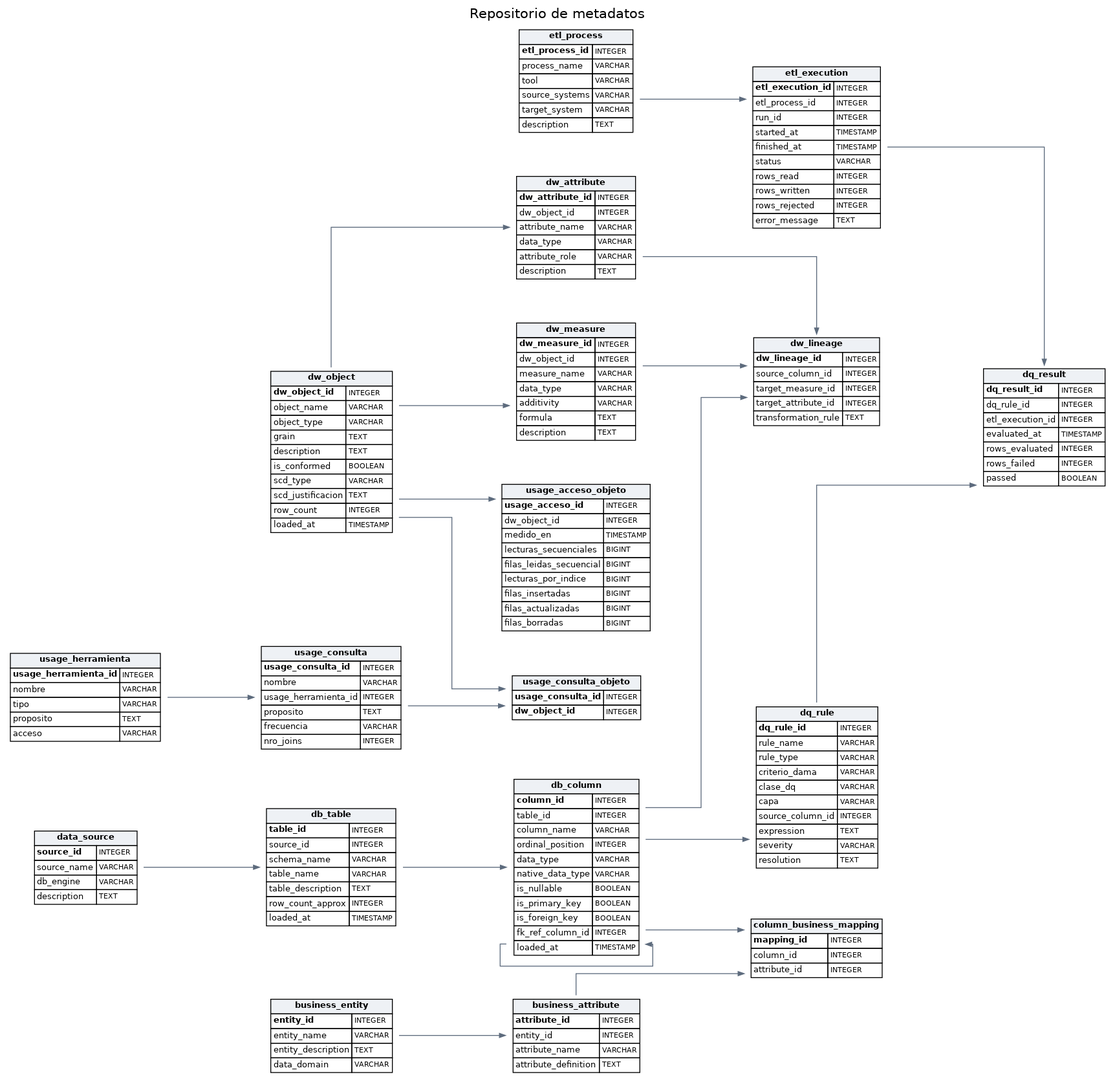
Earlier version of the Graphviz export docs/img/metadata_repository_erd.png (salo368/proyecto-modelos-datos). Its source is kept beside it as docs/img/metadata_repository_erd.dot.
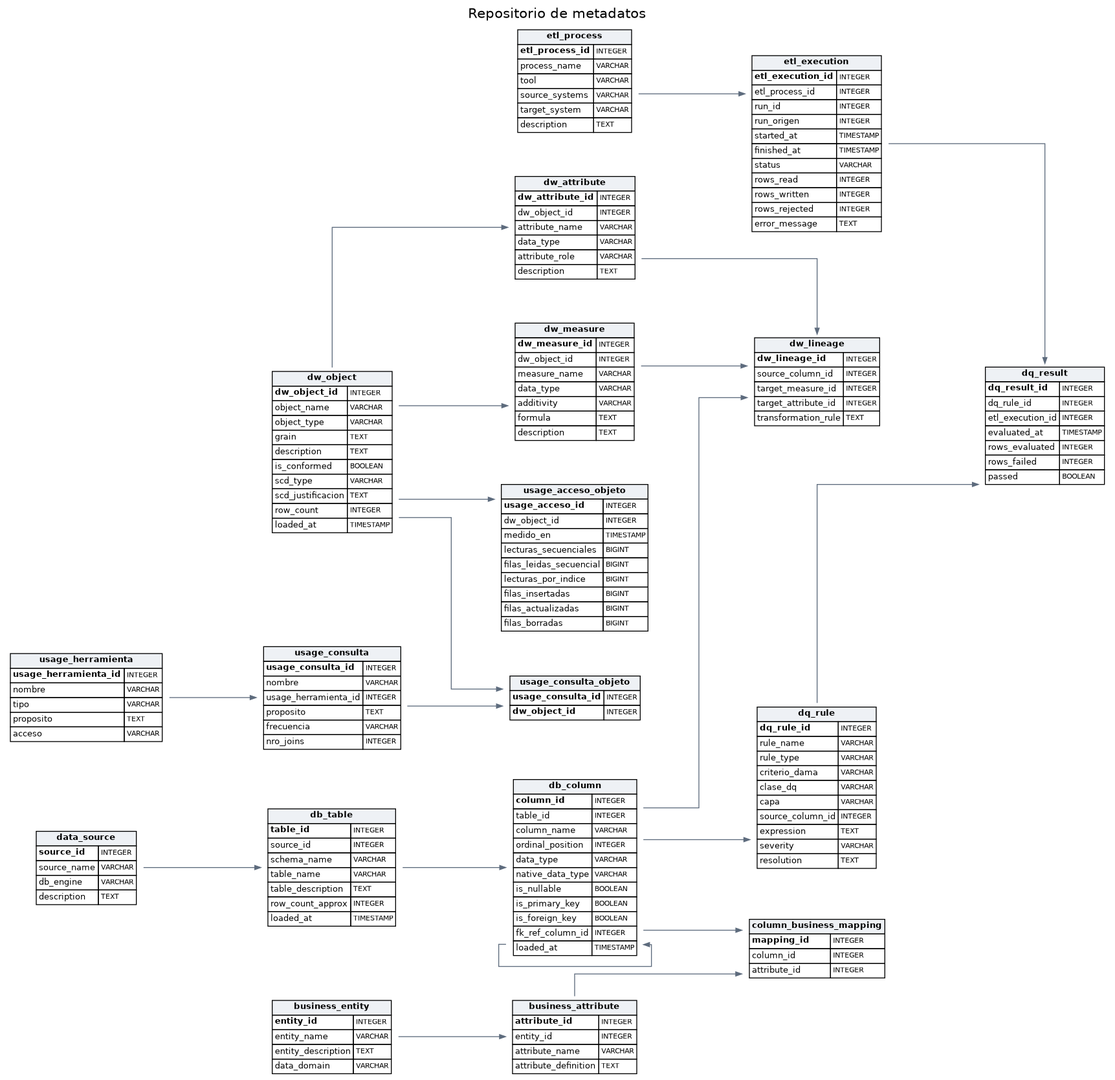
Above is the later version.

What changed in the source:
```diff
@@ -14,7 +14,7 @@
     dw_lineage [label=<<TABLE BORDER="0" CELLBORDER="1" CELLSPACING="0"><TR><TD COLSPAN="2" BGCOLOR="#eef1f5"><B>dw_lineage</B></TD></TR><TR><TD ALIGN="LEFT"><B>dw_lineage_id</B></TD><TD ALIGN="LEFT"><FONT POINT-SIZE="8">INTEGER</FONT></TD></TR><TR><TD ALIGN="LEFT">source_column_id</TD><TD ALIGN="LEFT"><FONT POINT-SIZE="8">INTEGER</FONT></TD></TR><TR><TD ALIGN="LEFT">target_measure_id</TD><TD ALIGN="LEFT"><FONT POINT-SIZE="8">INTEGER</FONT></TD></TR><TR><TD ALIGN="LEFT">target_attribute_id</TD><TD ALIGN="LEFT"><FONT POINT-SIZE="8">INTEGER</FONT></TD></TR><TR><TD ALIGN="LEFT">transformation_rule</TD><TD ALIGN="LEFT"><FONT POINT-SIZE="8">TEXT</FONT></TD></TR></TABLE>>];
     dw_measure [label=<<TABLE BORDER="0" CELLBORDER="1" CELLSPACING="0"><TR><TD COLSPAN="2" BGCOLOR="#eef1f5"><B>dw_measure</B></TD></TR><TR><TD ALIGN="LEFT"><B>dw_measure_id</B></TD><TD ALIGN="LEFT"><FONT POINT-SIZE="8">INTEGER</FONT></TD></TR><TR><TD ALIGN="LEFT">dw_object_id</TD><TD ALIGN="LEFT"><FONT POINT-SIZE="8">INTEGER</FONT></TD></TR><TR><TD ALIGN="LEFT">measure_name</TD><TD ALIGN="LEFT"><FONT POINT-SIZE="8">VARCHAR</FONT></TD></TR><TR><TD ALIGN="LEFT">data_type</TD><TD ALIGN="LEFT"><FONT POINT-SIZE="8">VARCHAR</FONT></TD></TR><TR><TD ALIGN="LEFT">additivity</TD><TD ALIGN="LEFT"><FONT POINT-SIZE="8">VARCHAR</FONT></TD></TR><TR><TD ALIGN="LEFT">formula</TD><TD ALIGN="LEFT"><FONT POINT-SIZE="8">TEXT</FONT></TD></TR><TR><TD ALIGN="LEFT">description</TD><TD ALIGN="LEFT"><FONT POINT-SIZE="8">TEXT</FONT></TD></TR></TABLE>>];
     dw_object [label=<<TABLE BORDER="0" CELLBORDER="1" CELLSPACING="0"><TR><TD COLSPAN="2" BGCOLOR="#eef1f5"><B>dw_object</B></TD></TR><TR><TD ALIGN="LEFT"><B>dw_object_id</B></TD><TD ALIGN="LEFT"><FONT POINT-SIZE="8">INTEGER</FONT></TD></TR><TR><TD ALIGN="LEFT">object_name</TD><TD ALIGN="LEFT"><FONT POINT-SIZE="8">VARCHAR</FONT></TD></TR><TR><TD ALIGN="LEFT">object_type</TD><TD ALIGN="LEFT"><FONT POINT-SIZE="8">VARCHAR</FONT></TD></TR><TR><TD ALIGN="LEFT">grain</TD><TD ALIGN="LEFT"><FONT POINT-SIZE="8">TEXT</FONT></TD></TR><TR><TD ALIGN="LEFT">description</TD><TD ALIGN="LEFT"><FONT POINT-SIZE="8">TEXT</FONT></TD></TR><TR><TD ALIGN="LEFT">is_conformed</TD><TD ALIGN="LEFT"><FONT POINT-SIZE="8">BOOLEAN</FONT></TD></TR><TR><TD ALIGN="LEFT">scd_type</TD><TD ALIGN="LEFT"><FONT POINT-SIZE="8">VARCHAR</FONT></TD></TR><TR><TD ALIGN="LEFT">scd_justificacion</TD><TD ALIGN="LEFT"><FONT POINT-SIZE="8">TEXT</FONT></TD></TR><TR><TD ALIGN="LEFT">row_count</TD><TD ALIGN="LEFT"><FONT POINT-SIZE="8">INTEGER</FONT></TD></TR><TR><TD ALIGN="LEFT">loaded_at</TD><TD ALIGN="LEFT"><FONT POINT-SIZE="8">TIMESTAMP</FONT></TD></TR></TABLE>>];
-    etl_execution [label=<<TABLE BORDER="0" CELLBORDER="1" CELLSPACING="0"><TR><TD COLSPAN="2" BGCOLOR="#eef1f5"><B>etl_execution</B></TD></TR><TR><TD ALIGN="LEFT"><B>etl_execution_id</B></TD><TD ALIGN="LEFT"><FONT POINT-SIZE="8">INTEGER</FONT></TD></TR><TR><TD ALIGN="LEFT">etl_process_id</TD><TD ALIGN="LEFT"><FONT POINT-SIZE="8">INTEGER</FONT></TD></TR><TR><TD ALIGN="LEFT">run_id</TD><TD ALIGN="LEFT"><FONT POINT-SIZE="8">INTEGER</FONT></TD></TR><TR><TD ALIGN="LEFT">started_at</TD><TD ALIGN="LEFT"><FONT POINT-SIZE="8">TIMESTAMP</FONT></TD></TR><TR><TD ALIGN="LEFT">finished_at</TD><TD ALIGN="LEFT"><FONT POINT-SIZE="8">TIMESTAMP</FONT></TD></TR><TR><TD ALIGN="LEFT">status</TD><TD ALIGN="LEFT"><FONT POINT-SIZE="8">VARCHAR</FONT></TD></TR><TR><TD ALIGN="LEFT">rows_read</TD><TD ALIGN="LEFT"><FONT POINT-SIZE="8">INTEGER</FONT></TD></TR><TR><TD ALIGN="LEFT">rows_written</TD><TD ALIGN="LEFT"><FONT POINT-SIZE="8">INTEGER</FONT></TD></TR><TR><TD ALIGN="LEFT">rows_rejected</TD><TD ALIGN="LEFT"><FONT POINT-SIZE="8">INTEGER</FONT></TD></TR><TR><TD ALIGN="LEFT">error_message</TD><TD ALIGN="LEFT"><FONT POINT-SIZE="8">TEXT</FONT></TD></TR></TABLE>>];
+    etl_execution [label=<<TABLE BORDER="0" CELLBORDER="1" CELLSPACING="0"><TR><TD COLSPAN="2" BGCOLOR="#eef1f5"><B>etl_execution</B></TD></TR><TR><TD ALIGN="LEFT"><B>etl_execution_id</B></TD><TD ALIGN="LEFT"><FONT POINT-SIZE="8">INTEGER</FONT></TD></TR><TR><TD ALIGN="LEFT">etl_process_id</TD><TD ALIGN="LEFT"><FONT POINT-SIZE="8">INTEGER</FONT></TD></TR><TR><TD ALIGN="LEFT">run_id</TD><TD ALIGN="LEFT"><FONT POINT-SIZE="8">INTEGER</FONT></TD></TR><TR><TD ALIGN="LEFT">run_origen</TD><TD ALIGN="LEFT"><FONT POINT-SIZE="8">INTEGER</FONT></TD></TR><TR><TD ALIGN="LEFT">started_at</TD><TD ALIGN="LEFT"><FONT POINT-SIZE="8">TIMESTAMP</FONT></TD></TR><TR><TD ALIGN="LEFT">finished_at</TD><TD ALIGN="LEFT"><FONT POINT-SIZE="8">TIMESTAMP</FONT></TD></TR><TR><TD ALIGN="LEFT">status</TD><TD ALIGN="LEFT"><FONT POINT-SIZE="8">VARCHAR</FONT></TD></TR><TR><TD ALIGN="LEFT">rows_read</TD><TD ALIGN="LEFT"><FONT POINT-SIZE="8">INTEGER</FONT></TD></TR><TR><TD ALIGN="LEFT">rows_written</TD><TD ALIGN="LEFT"><FONT POINT-SIZE="8">INTEGER</FONT></TD></TR><TR><TD ALIGN="LEFT">rows_rejected</TD><TD ALIGN="LEFT"><FONT POINT-SIZE="8">INTEGER</FONT></TD></TR><TR><TD ALIGN="LEFT">error_message</TD><TD ALIGN="LEFT"><FONT POINT-SIZE="8">TEXT</FONT></TD></TR></TABLE>>];
     etl_process [label=<<TABLE BORDER="0" CELLBORDER="1" CELLSPACING="0"><TR><TD COLSPAN="2" BGCOLOR="#eef1f5"><B>etl_process</B></TD></TR><TR><TD ALIGN="LEFT"><B>etl_process_id</B></TD><TD ALIGN="LEFT"><FONT POINT-SIZE="8">INTEGER</FONT></TD></TR><TR><TD ALIGN="LEFT">process_name</TD><TD ALIGN="LEFT"><FONT POINT-SIZE="8">VARCHAR</FONT></TD></TR><TR><TD ALIGN="LEFT">tool</TD><TD ALIGN="LEFT"><FONT POINT-SIZE="8">VARCHAR</FONT></TD></TR><TR><TD ALIGN="LEFT">source_systems</TD><TD ALIGN="LEFT"><FONT POINT-SIZE="8">VARCHAR</FONT></TD></TR><TR><TD ALIGN="LEFT">target_system</TD><TD ALIGN="LEFT"><FONT POINT-SIZE="8">VARCHAR</FONT></TD></TR><TR><TD ALIGN="LEFT">description</TD><TD ALIGN="LEFT"><FONT POINT-SIZE="8">TEXT</FONT></TD></TR></TABLE>>];
     usage_acceso_objeto [label=<<TABLE BORDER="0" CELLBORDER="1" CELLSPACING="0"><TR><TD COLSPAN="2" BGCOLOR="#eef1f5"><B>usage_acceso_objeto</B></TD></TR><TR><TD ALIGN="LEFT"><B>usage_acceso_id</B></TD><TD ALIGN="LEFT"><FONT POINT-SIZE="8">INTEGER</FONT></TD></TR><TR><TD ALIGN="LEFT">dw_object_id</TD><TD ALIGN="LEFT"><FONT POINT-SIZE="8">INTEGER</FONT></TD></TR><TR><TD ALIGN="LEFT">medido_en</TD><TD ALIGN="LEFT"><FONT POINT-SIZE="8">TIMESTAMP</FONT></TD></TR><TR><TD ALIGN="LEFT">lecturas_secuenciales</TD><TD ALIGN="LEFT"><FONT POINT-SIZE="8">BIGINT</FONT></TD></TR><TR><TD ALIGN="LEFT">filas_leidas_secuencial</TD><TD ALIGN="LEFT"><FONT POINT-SIZE="8">BIGINT</FONT></TD></TR><TR><TD ALIGN="LEFT">lecturas_por_indice</TD><TD ALIGN="LEFT"><FONT POINT-SIZE="8">BIGINT</FONT></TD></TR><TR><TD ALIGN="LEFT">filas_insertadas</TD><TD ALIGN="LEFT"><FONT POINT-SIZE="8">BIGINT</FONT></TD></TR><TR><TD ALIGN="LEFT">filas_actualizadas</TD><TD ALIGN="LEFT"><FONT POINT-SIZE="8">BIGINT</FONT></TD></TR><TR><TD ALIGN="LEFT">filas_borradas</TD><TD ALIGN="LEFT"><FONT POINT-SIZE="8">BIGINT</FONT></TD></TR></TABLE>>];
     usage_consulta [label=<<TABLE BORDER="0" CELLBORDER="1" CELLSPACING="0"><TR><TD COLSPAN="2" BGCOLOR="#eef1f5"><B>usage_consulta</B></TD></TR><TR><TD ALIGN="LEFT"><B>usage_consulta_id</B></TD><TD ALIGN="LEFT"><FONT POINT-SIZE="8">INTEGER</FONT></TD></TR><TR><TD ALIGN="LEFT">nombre</TD><TD ALIGN="LEFT"><FONT POINT-SIZE="8">VARCHAR</FONT></TD></TR><TR><TD ALIGN="LEFT">usage_herramienta_id</TD><TD ALIGN="LEFT"><FONT POINT-SIZE="8">INTEGER</FONT></TD></TR><TR><TD ALIGN="LEFT">proposito</TD><TD ALIGN="LEFT"><FONT POINT-SIZE="8">TEXT</FONT></TD></TR><TR><TD ALIGN="LEFT">frecuencia</TD><TD ALIGN="LEFT"><FONT POINT-SIZE="8">VARCHAR</FONT></TD></TR><TR><TD ALIGN="LEFT">nro_joins</TD><TD ALIGN="LEFT"><FONT POINT-SIZE="8">INTEGER</FONT></TD></TR></TABLE>>];
```
